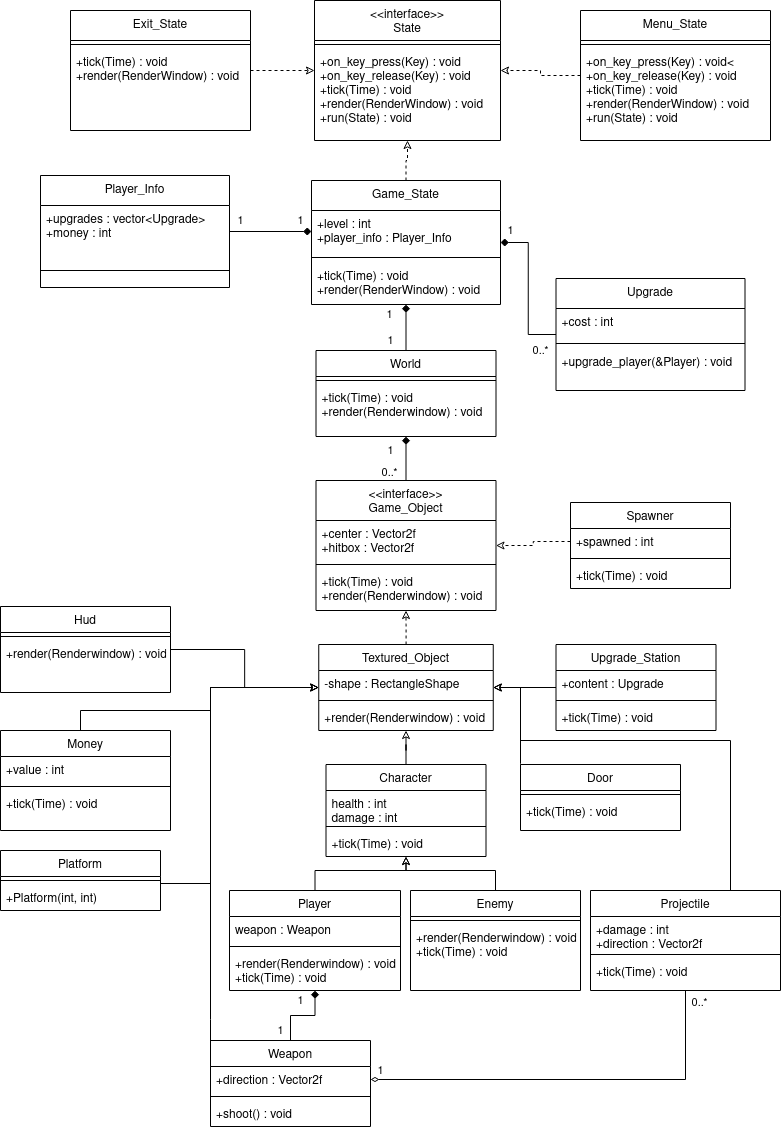
This is designspecifikation/Graphic/overview.png from Nuffsly/GhoulsGunsAndSilverBullets, a draw.io export, as it was before one commit. Source tidied: cells renumbered, new cells last; positions are measured from the earlier drawing's top-left corner, leaving out a move shared by most shapes.
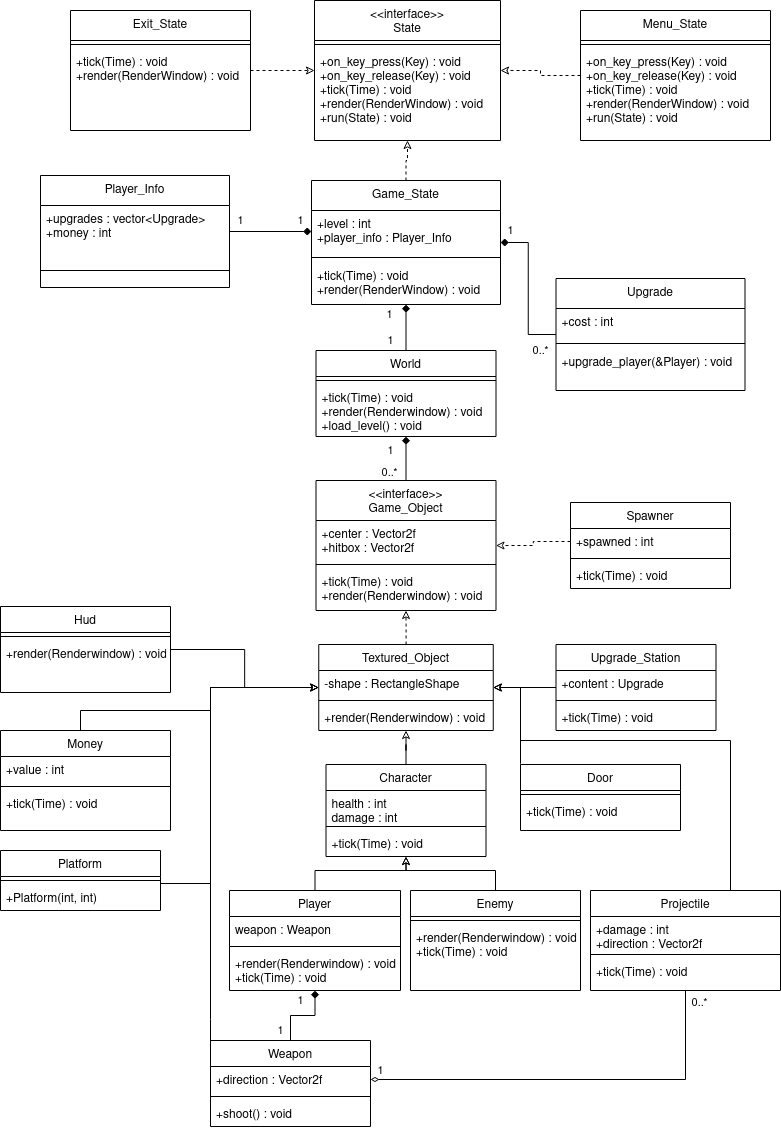
After the commit.

What changed in the source:
```diff
@@ -122,7 +122,7 @@
     <mxCell id="37" style="line;html=1;strokeWidth=1;align=left;verticalAlign=middle;spacingTop=-1;spacingLeft=3;spacingRight=3;labelPosition=right;" parent="36" vertex="1">
       <mxGeometry y="26" width="180" height="8" as="geometry" />
     </mxCell>
-    <mxCell id="38" value="+tick(Time) : void&#10;+render(Renderwindow) : void&#10;" style="text;align=left;verticalAlign=top;spacingLeft=4;spacingRight=4;overflow=hidden;" parent="36" vertex="1">
+    <mxCell id="38" value="+tick(Time) : void&#10;+render(Renderwindow) : void&#10;+load_level() : void&#10;" style="text;align=left;verticalAlign=top;spacingLeft=4;spacingRight=4;overflow=hidden;" parent="36" vertex="1">
       <mxGeometry y="34" width="180" height="46" as="geometry" />
     </mxCell>
     <mxCell id="39" style="edgeStyle=orthogonalEdgeStyle;rounded=0;jettySize=auto;html=1;startArrow=none;startFill=0;endArrow=classic;endFill=0;strokeColor=#000000;" parent="1" edge="1" source="40" target="53">
@@ -204,7 +204,7 @@
     <mxCell id="61" style="line;html=1;strokeWidth=1;align=left;verticalAlign=middle;spacingTop=-1;spacingLeft=3;spacingRight=3;labelPosition=right;" parent="60" vertex="1">
       <mxGeometry y="30" width="190" height="8" as="geometry" />
     </mxCell>
-    <mxCell id="62" value="+on_key_press(Key) : void&lt;&#10;+on_key_release(Key) : void&#10;+tick(Time) : void&#10;+render(RenderWindow) : void&#10;+run(State) : void" style="text;align=left;verticalAlign=top;spacingLeft=4;spacingRight=4;overflow=hidden;" parent="60" vertex="1">
+    <mxCell id="62" value="+on_key_press(Key) : void&#10;+on_key_release(Key) : void&#10;+tick(Time) : void&#10;+render(RenderWindow) : void&#10;+run(State) : void" style="text;align=left;verticalAlign=top;spacingLeft=4;spacingRight=4;overflow=hidden;" parent="60" vertex="1">
       <mxGeometry y="38" width="190" height="92" as="geometry" />
     </mxCell>
     <mxCell id="63" style="edgeStyle=orthogonalEdgeStyle;rounded=0;jettySize=auto;html=1;dashed=1;endArrow=classic;endFill=0;strokeColor=#000000;" parent="1" edge="1" source="64" target="56">
```
